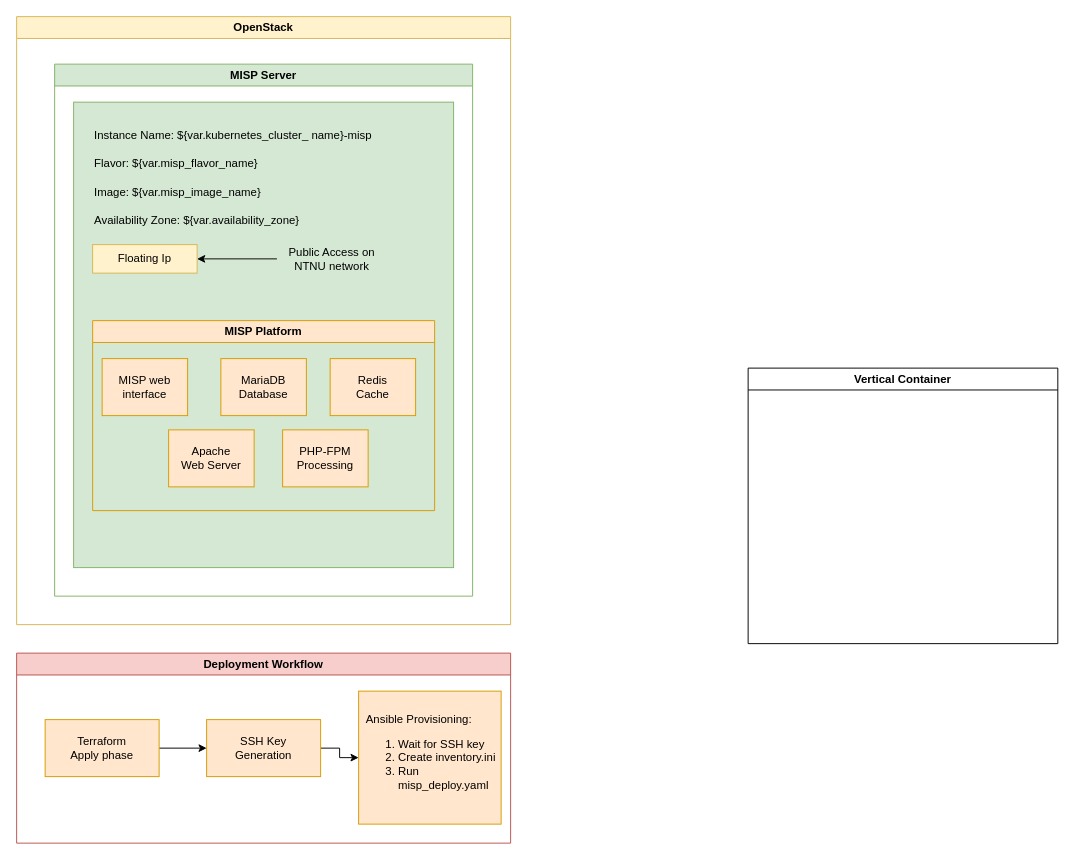
EskilAl/Obsidian keeps this draw.io diagram as MISP Diagram.drawio. Above is the earlier version. Source tidied: cells renumbered, new cells numbered last; positions are measured from the earlier drawing's top-left corner, leaving out a move shared by most shapes. Both pictures are drawn from the tidied source at 95%, with x=0, y=0 at pixel (16, 16).
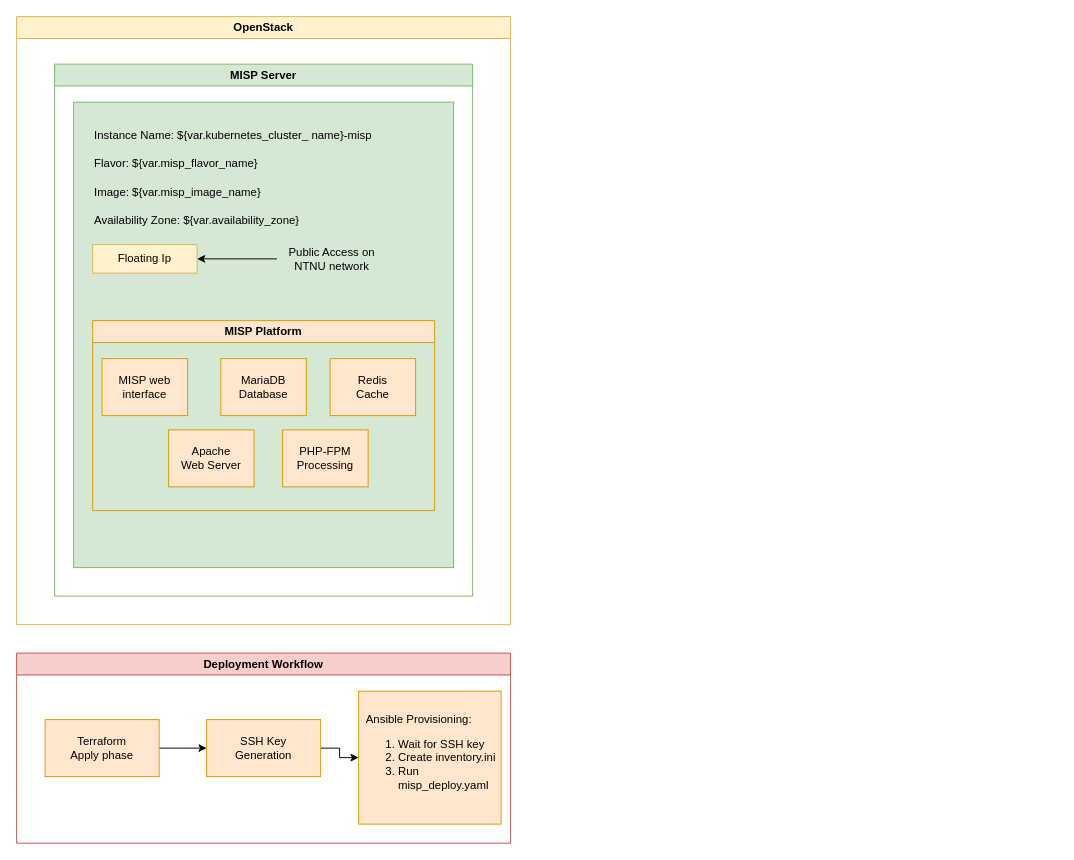
Above is the later version.

The edit, as a diff of the source:
```diff
@@
-    <mxCell id="18" value="Vertical Container" style="swimlane;whiteSpace=wrap;html=1;" parent="1" vertex="1">
-      <mxGeometry x="770" y="370" width="326" height="290" as="geometry" />
-    </mxCell>
```
